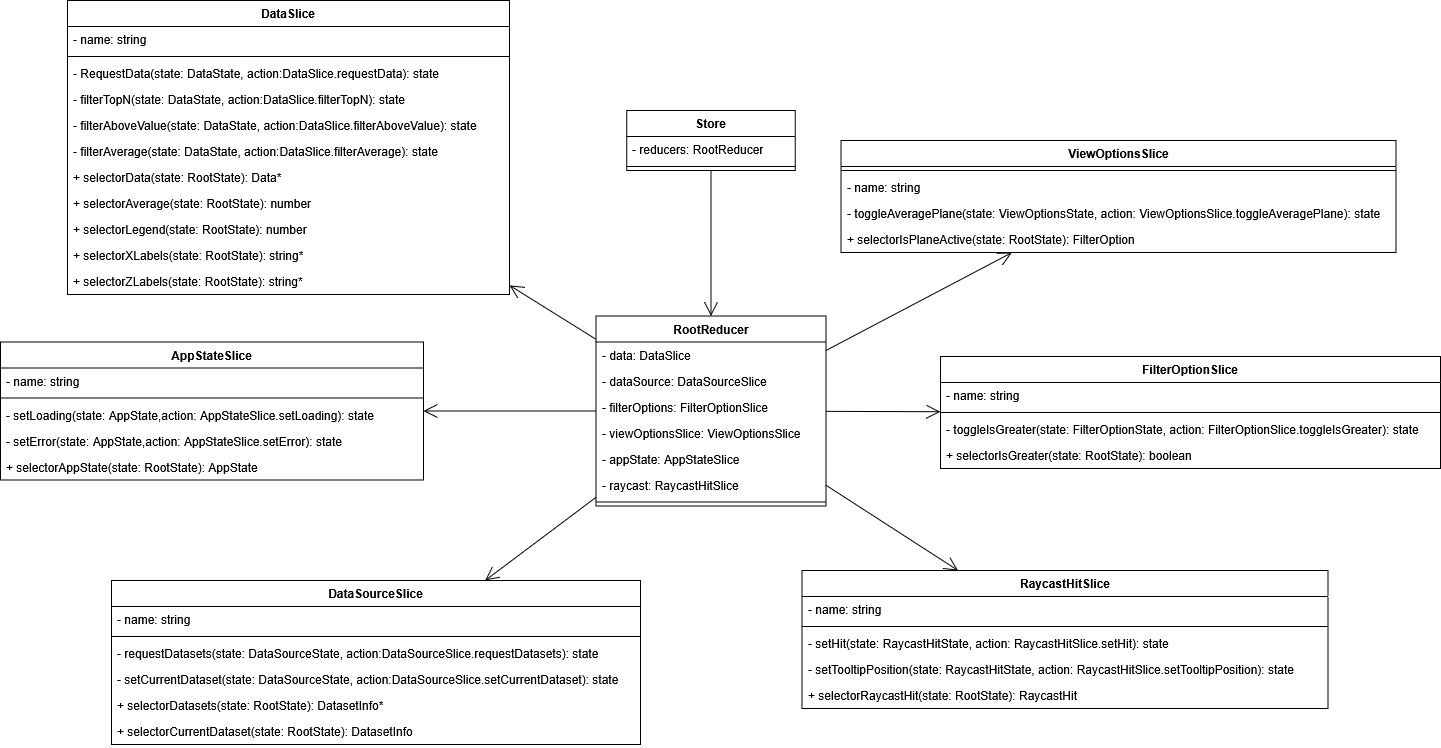
6BitBusters/6BitBusters.github.io keeps this draw.io diagram as Docs/PB/Generali Esterni/specifica_tecnica/template/images/uml_front/logic/store.png. Above is the earlier version. Source tidied: cells renumbered, new cells last; positions are measured from the earlier drawing's top-left corner, leaving out a move shared by most shapes.
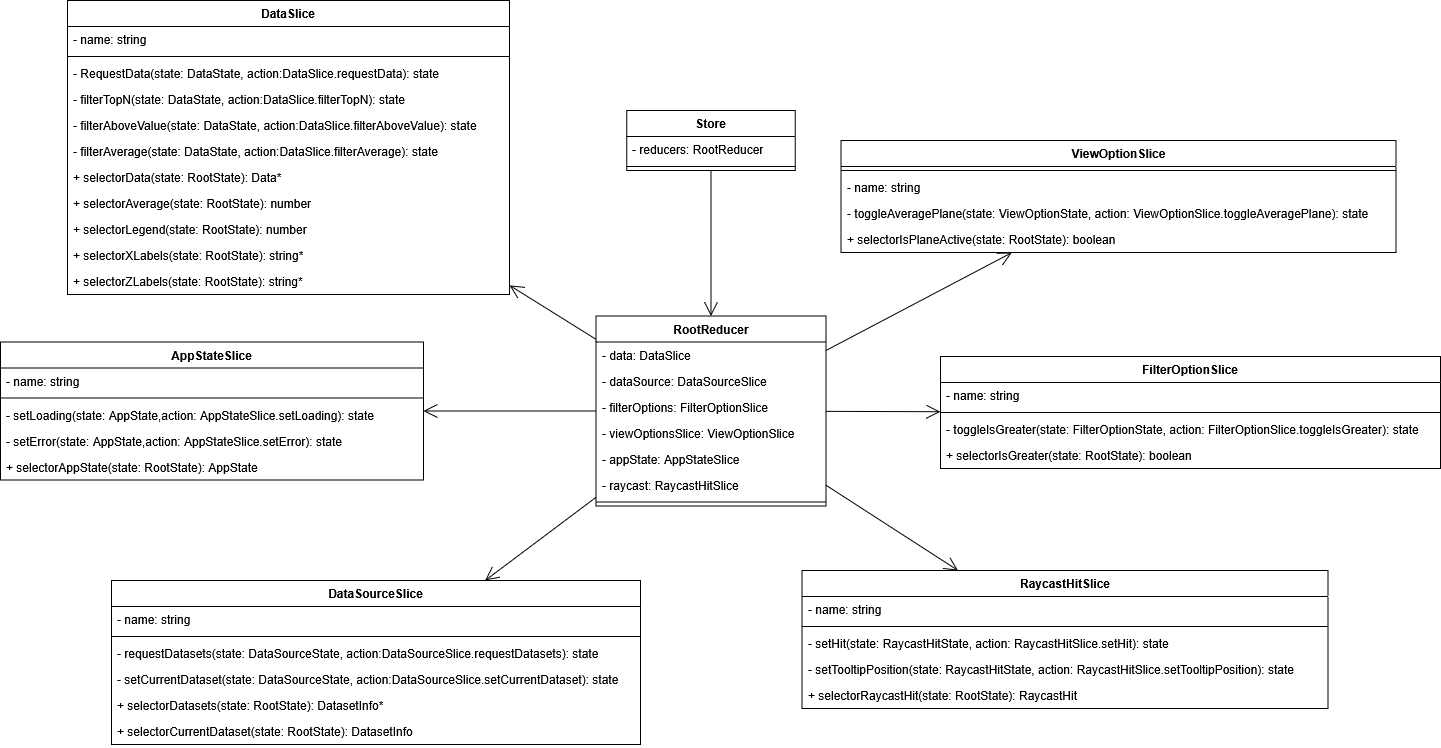
Later version of the same file.

Change to the diagram source:
```diff
@@ -23,7 +23,7 @@
     <mxCell id="8" value="- filterOptions: FilterOptionSlice" style="text;strokeColor=none;fillColor=none;align=left;verticalAlign=top;spacingLeft=4;spacingRight=4;overflow=hidden;whiteSpace=wrap;html=1;" parent="5" vertex="1">
       <mxGeometry y="78" width="230" height="26" as="geometry" />
     </mxCell>
-    <mxCell id="9" value="- viewOptionsSlice: ViewOptionsSlice" style="text;strokeColor=none;fillColor=none;align=left;verticalAlign=top;spacingLeft=4;spacingRight=4;overflow=hidden;whiteSpace=wrap;html=1;" parent="5" vertex="1">
+    <mxCell id="9" value="- viewOptionsSlice: ViewOptionSlice" style="text;strokeColor=none;fillColor=none;align=left;verticalAlign=top;spacingLeft=4;spacingRight=4;overflow=hidden;whiteSpace=wrap;html=1;" parent="5" vertex="1">
       <mxGeometry y="104" width="230" height="26" as="geometry" />
     </mxCell>
     <mxCell id="10" value="- appState: AppStateSlice" style="text;strokeColor=none;fillColor=none;align=left;verticalAlign=top;spacingLeft=4;spacingRight=4;overflow=hidden;whiteSpace=wrap;html=1;" parent="5" vertex="1">
@@ -68,7 +68,7 @@
     <mxCell id="23" value="+ selectorIsGreater(state: RootState): boolean" style="text;strokeColor=none;fillColor=none;align=left;verticalAlign=top;spacingLeft=4;spacingRight=4;overflow=hidden;whiteSpace=wrap;html=1;" parent="19" vertex="1">
       <mxGeometry y="86" width="500" height="26" as="geometry" />
     </mxCell>
-    <mxCell id="24" value="ViewOptionsSlice" style="swimlane;fontStyle=1;align=center;verticalAlign=top;horizontal=1;startSize=26;whiteSpace=wrap;html=1;" parent="1" vertex="1">
+    <mxCell id="24" value="ViewOptionSlice" style="swimlane;fontStyle=1;align=center;verticalAlign=top;horizontal=1;startSize=26;whiteSpace=wrap;html=1;" parent="1" vertex="1">
       <mxGeometry x="840.5" y="140" width="555" height="112" as="geometry" />
     </mxCell>
     <mxCell id="25" style="line;strokeWidth=1;fillColor=none;align=left;verticalAlign=middle;spacingTop=-1;spacingLeft=3;spacingRight=3;labelPosition=right;strokeColor=inherit;" parent="24" vertex="1">
@@ -77,10 +77,10 @@
     <mxCell id="26" value="- name: string" style="text;strokeColor=none;fillColor=none;align=left;verticalAlign=top;spacingLeft=4;spacingRight=4;overflow=hidden;whiteSpace=wrap;html=1;" parent="24" vertex="1">
       <mxGeometry y="34" width="555" height="26" as="geometry" />
     </mxCell>
-    <mxCell id="27" value="- toggleAveragePlane(state:&amp;nbsp;ViewOptionsState, action: ViewOptionsSlice.toggleAveragePlane): state" style="text;strokeColor=none;fillColor=none;align=left;verticalAlign=top;spacingLeft=4;spacingRight=4;overflow=hidden;whiteSpace=wrap;html=1;" parent="24" vertex="1">
+    <mxCell id="27" value="- toggleAveragePlane(state:&amp;nbsp;ViewOptionState, action: ViewOptionSlice.toggleAveragePlane): state" style="text;strokeColor=none;fillColor=none;align=left;verticalAlign=top;spacingLeft=4;spacingRight=4;overflow=hidden;whiteSpace=wrap;html=1;" parent="24" vertex="1">
       <mxGeometry y="60" width="555" height="26" as="geometry" />
     </mxCell>
-    <mxCell id="28" value="+ selectorIsPlaneActive(state: RootState): FilterOption" style="text;strokeColor=none;fillColor=none;align=left;verticalAlign=top;spacingLeft=4;spacingRight=4;overflow=hidden;whiteSpace=wrap;html=1;" parent="24" vertex="1">
+    <mxCell id="28" value="+ selectorIsPlaneActive(state: RootState): boolean" style="text;strokeColor=none;fillColor=none;align=left;verticalAlign=top;spacingLeft=4;spacingRight=4;overflow=hidden;whiteSpace=wrap;html=1;" parent="24" vertex="1">
       <mxGeometry y="86" width="555" height="26" as="geometry" />
     </mxCell>
     <mxCell id="29" style="endArrow=open;endFill=1;endSize=12;html=1;rounded=0;" parent="1" edge="1" source="5" target="19">
```
